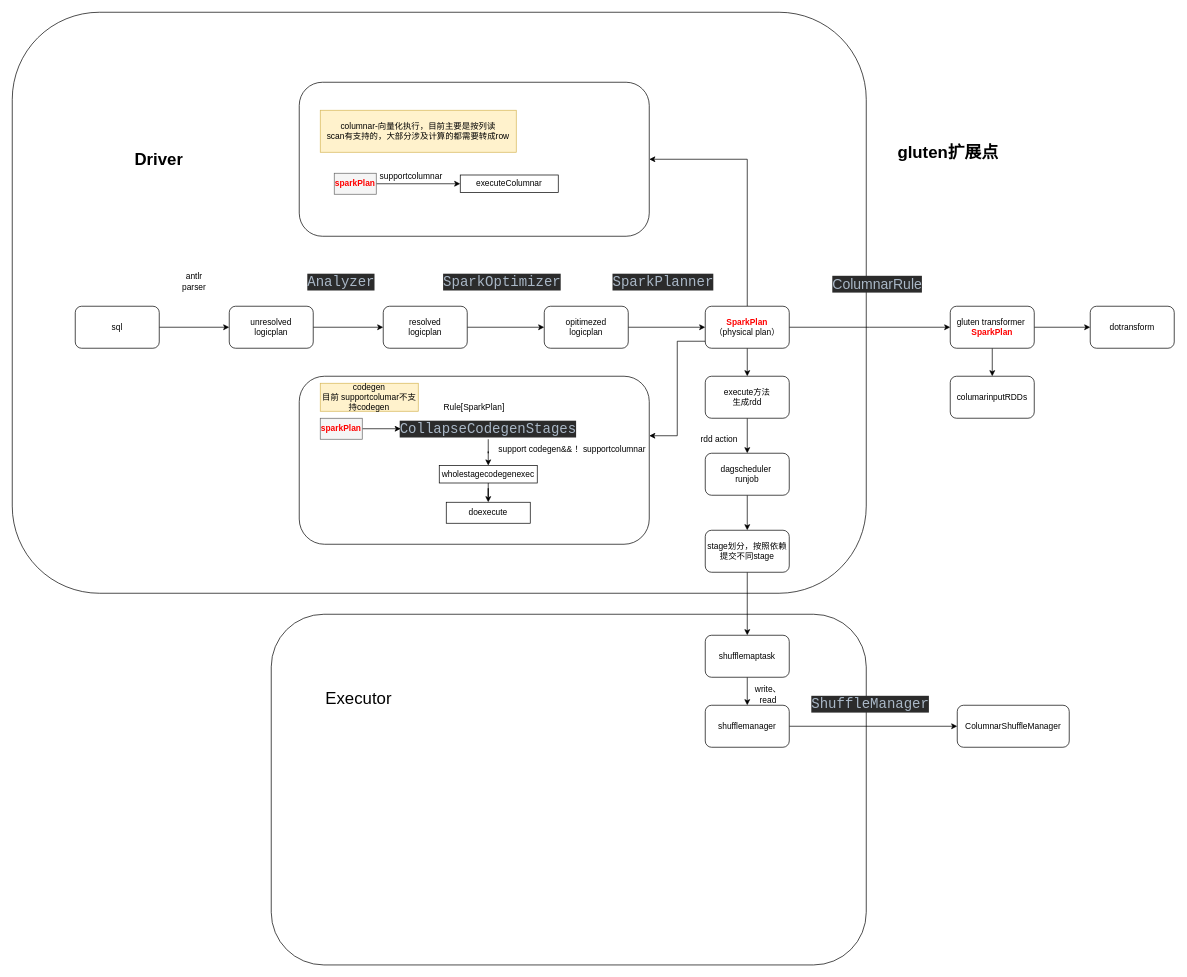
Above: gluten架构图.drawio in yuhuali1989/ui (draw.io), before the change. Source tidied: cells renumbered, new cells numbered last; positions are measured from the earlier drawing's top-left corner, leaving out a move shared by most shapes. Both pictures are drawn from the tidied source at 70%, with x=0, y=0 at pixel (12, 12).
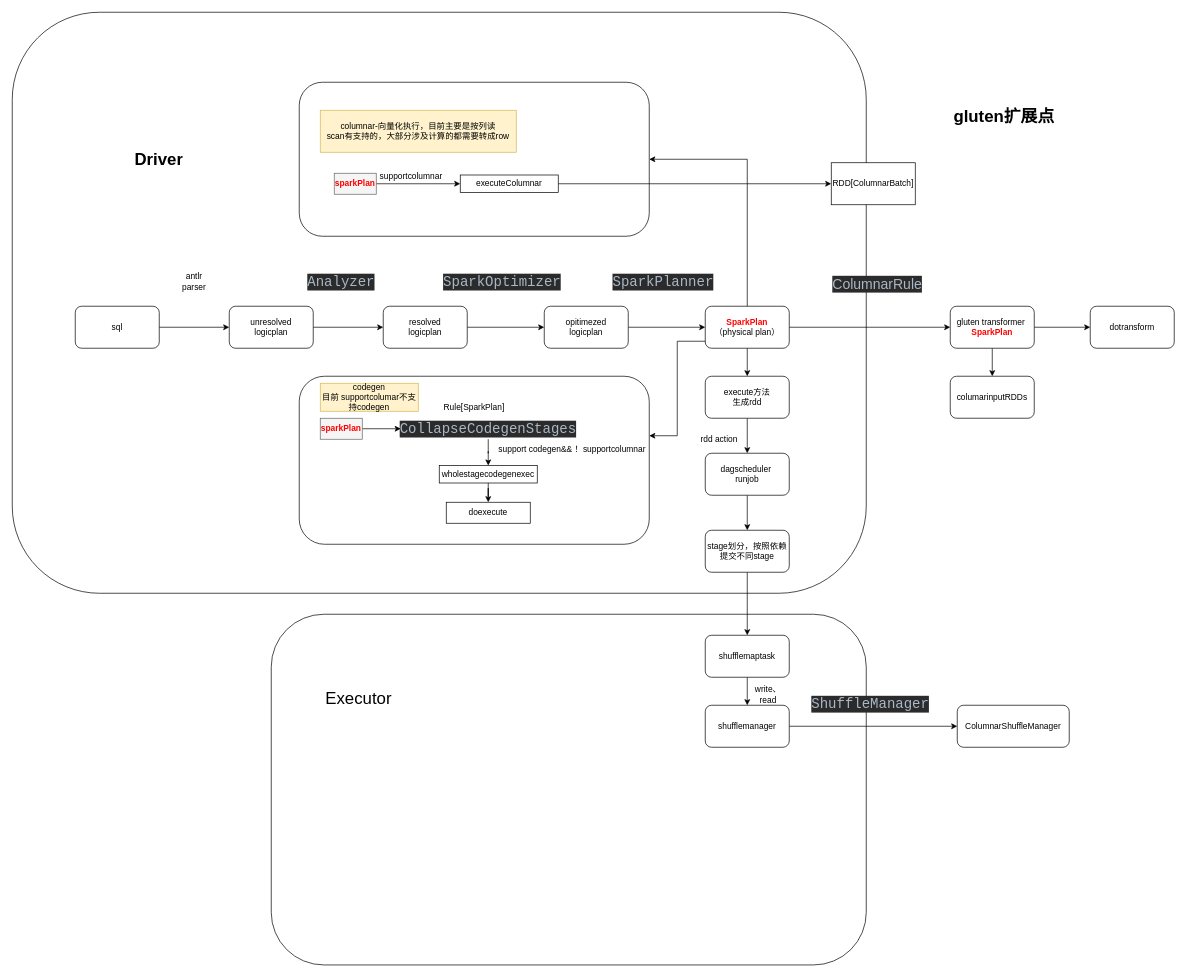
After the change.

The change refers to these unchanged cells:
```xml
<mxCell id="59" value="executeColumnar" style="whiteSpace=wrap;html=1;" parent="1" vertex="1">
  <mxGeometry x="640" y="232.5" width="140" height="25" as="geometry" />
</mxCell>
```

Change to the diagram source:
```diff
@@
     <mxCell id="20" value="&lt;h1&gt;gluten扩展点&lt;/h1&gt;" style="text;html=1;strokeColor=none;fillColor=none;spacing=5;spacingTop=-20;whiteSpace=wrap;overflow=hidden;rounded=0;" parent="1" vertex="1">
-      <mxGeometry x="1260" y="180" width="280" height="80" as="geometry" />
+      <mxGeometry x="1340" y="130" width="280" height="80" as="geometry" />
     </mxCell>
@@
+    <mxCell id="61" style="edgeStyle=orthogonalEdgeStyle;rounded=0;jettySize=auto;html=1;" parent="1" edge="1" source="59" target="62">
+      <mxGeometry relative="1" as="geometry" />
+    </mxCell>
@@
+    <mxCell id="62" value="RDD[ColumnarBatch]" style="whiteSpace=wrap;html=1;" parent="1" vertex="1">
+      <mxGeometry x="1170" y="215" width="120" height="60" as="geometry" />
+    </mxCell>
```
